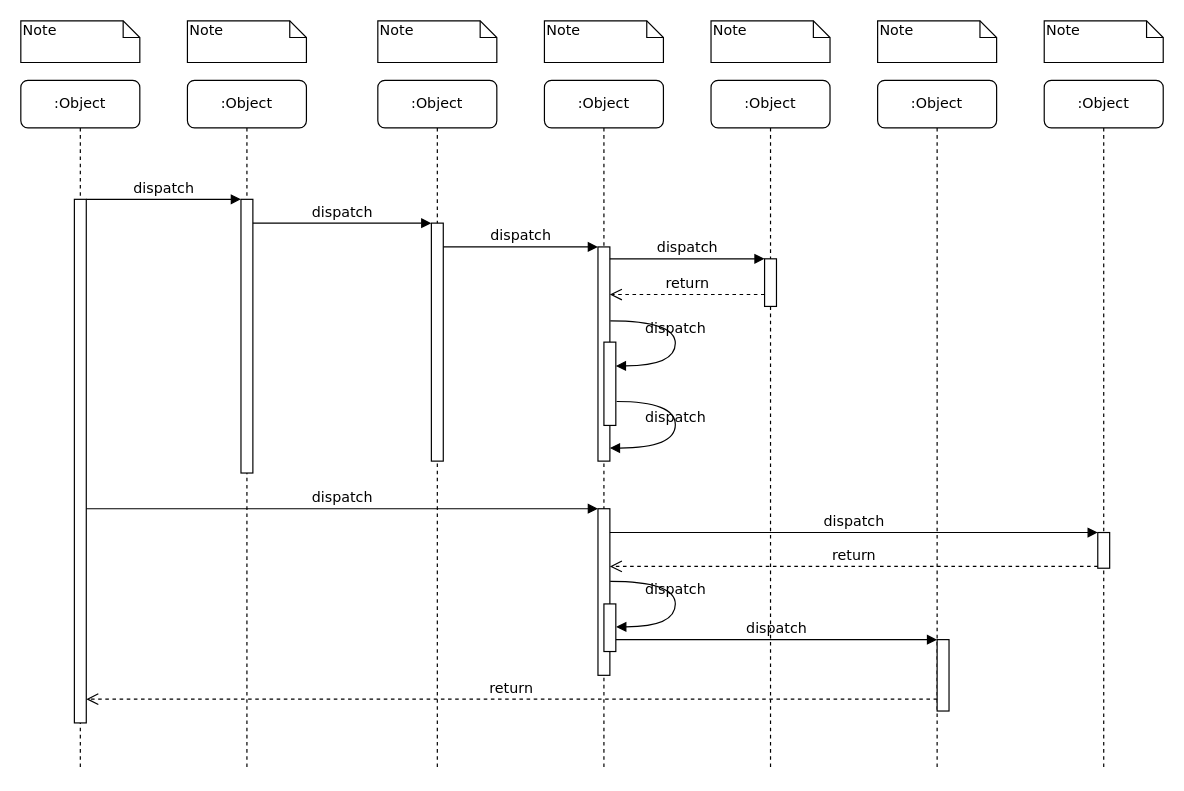
Above: CMSCreateActivity.drawio in JensErikPedersen/drawio (draw.io), before the change. Source tidied: cells renumbered, new cells numbered last; positions are measured from the earlier drawing's top-left corner, leaving out a move shared by most shapes. Both pictures are drawn from the tidied source at 119%, with x=0, y=0 at pixel (20, 20).
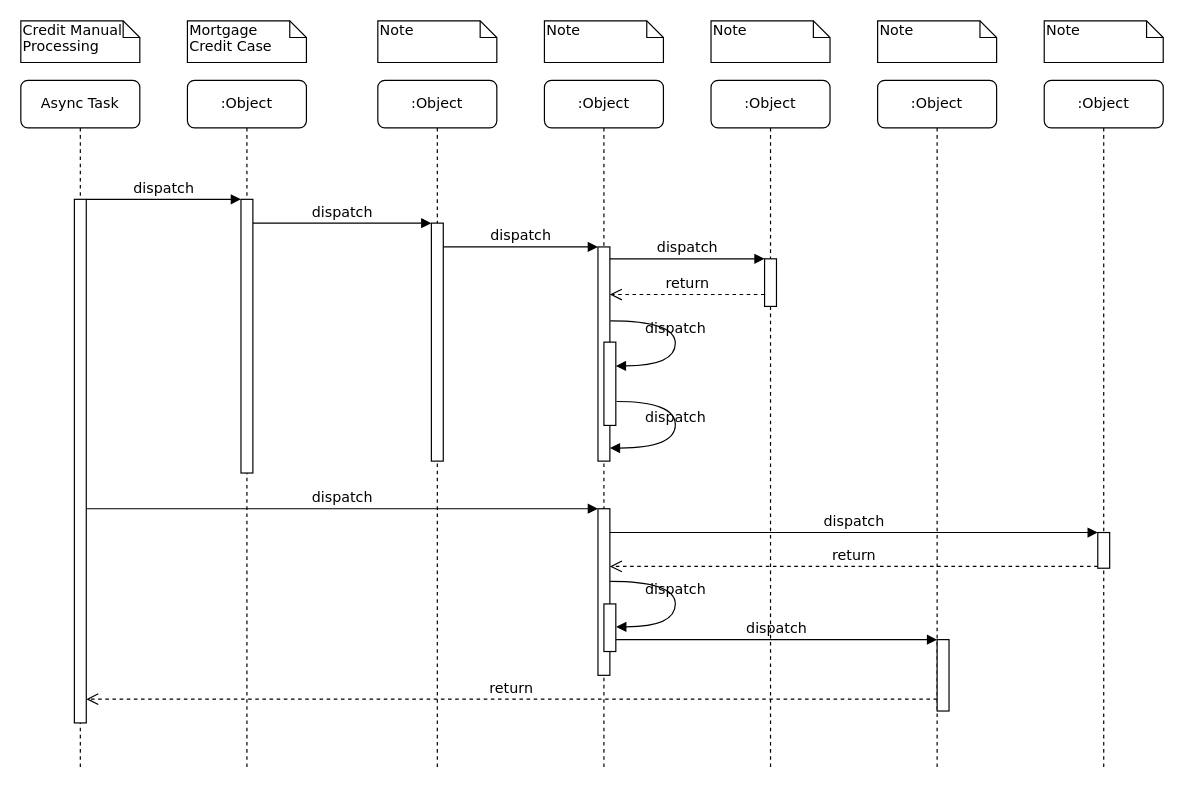
After the change.

The edit, as a diff of the source:
```diff
@@
-    <mxCell id="10" value=":Object" style="shape=umlLifeline;perimeter=lifelinePerimeter;whiteSpace=wrap;html=1;rounded=1;shadow=0;comic=0;labelBackgroundColor=none;strokeWidth=1;fontFamily=Verdana;fontSize=12;align=center;" parent="1" vertex="1">
+    <mxCell id="10" value="Async Task" style="shape=umlLifeline;perimeter=lifelinePerimeter;whiteSpace=wrap;html=1;rounded=1;shadow=0;comic=0;labelBackgroundColor=none;strokeWidth=1;fontFamily=Verdana;fontSize=12;align=center;" parent="1" vertex="1">
       <mxGeometry y="50" width="100" height="580" as="geometry" />
     </mxCell>
@@
-    <mxCell id="32" value="Note" style="shape=note;whiteSpace=wrap;html=1;size=14;verticalAlign=top;align=left;spacingTop=-6;rounded=0;shadow=0;comic=0;labelBackgroundColor=none;strokeWidth=1;fontFamily=Verdana;fontSize=12;" parent="1" vertex="1">
+    <mxCell id="32" value="Credit Manual&lt;br&gt;Processing" style="shape=note;whiteSpace=wrap;html=1;size=14;verticalAlign=top;align=left;spacingTop=-6;rounded=0;shadow=0;comic=0;labelBackgroundColor=none;strokeWidth=1;fontFamily=Verdana;fontSize=12;" parent="1" vertex="1">
       <mxGeometry width="100" height="35" as="geometry" />
     </mxCell>
-    <mxCell id="33" value="Note" style="shape=note;whiteSpace=wrap;html=1;size=14;verticalAlign=top;align=left;spacingTop=-6;rounded=0;shadow=0;comic=0;labelBackgroundColor=none;strokeWidth=1;fontFamily=Verdana;fontSize=12;" parent="1" vertex="1">
+    <mxCell id="33" value="Mortgage&amp;nbsp;&lt;br&gt;Credit Case" style="shape=note;whiteSpace=wrap;html=1;size=14;verticalAlign=top;align=left;spacingTop=-6;rounded=0;shadow=0;comic=0;labelBackgroundColor=none;strokeWidth=1;fontFamily=Verdana;fontSize=12;" parent="1" vertex="1">
       <mxGeometry x="140" width="100" height="35" as="geometry" />
     </mxCell>
```
